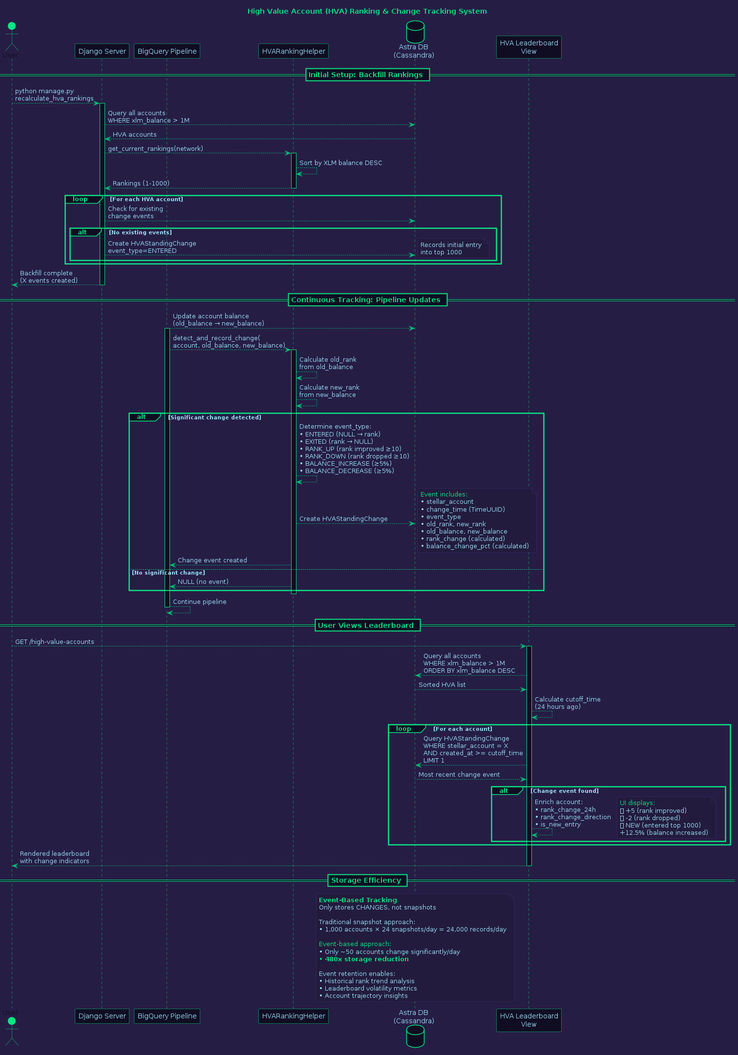
Above: diagrams/07_hva_ranking_system.png in areveur51/StellarMapWeb (PlantUML), before the change.
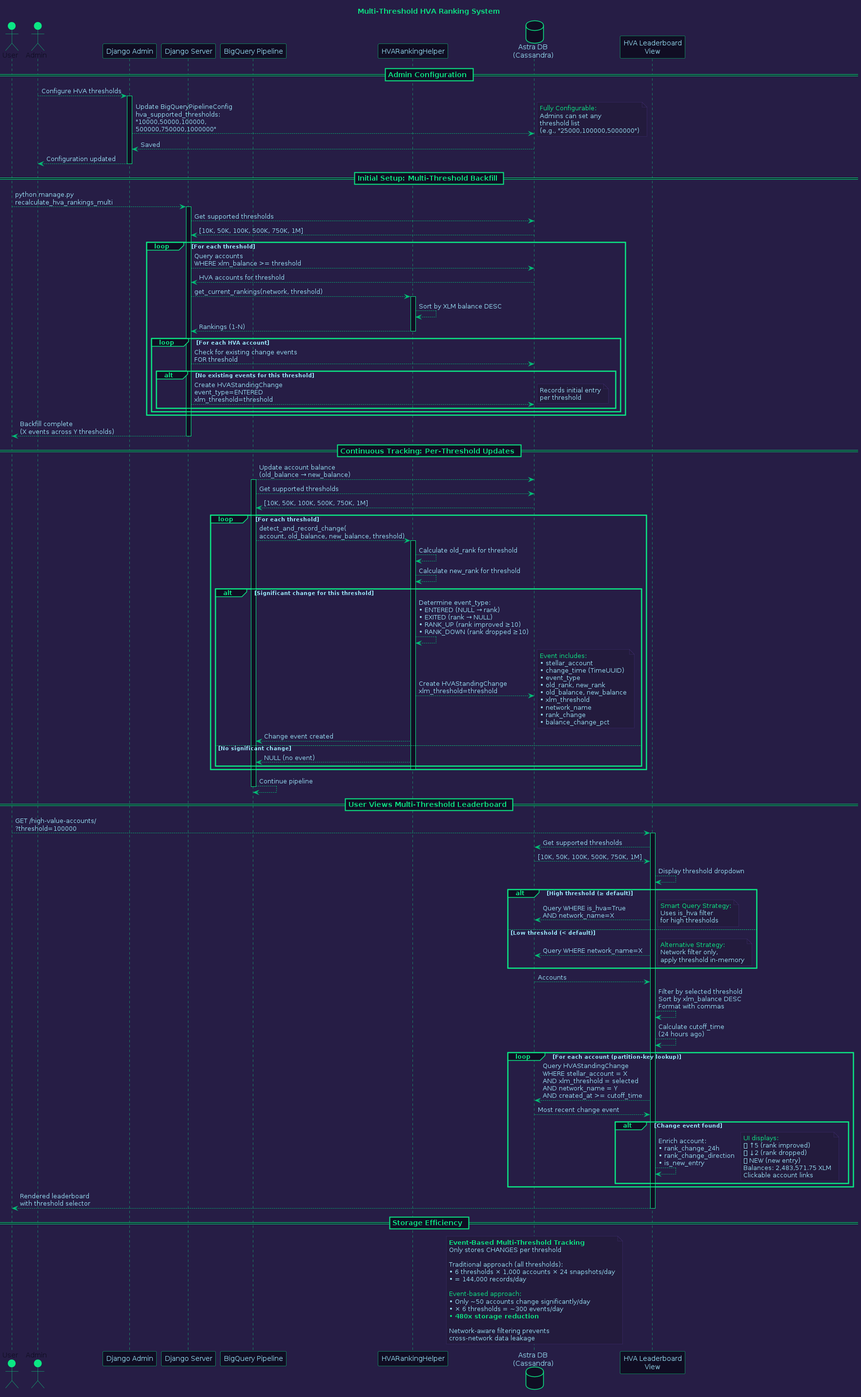
Above is the later version.

Diff of the diagram source:
```diff
@@ -1,4 +1,4 @@
-@startuml HVA Ranking System
+@startuml 07_hva_ranking_system
 
 skinparam backgroundColor #261D45
 skinparam defaultFontColor #96DDF2
@@ -44,122 +44,175 @@
   GroupHeaderFontStyle bold
 }
 
-title <color:#0BE784>High Value Account (HVA) Ranking & Change Tracking System
+title <color:#0BE784>Multi-Threshold HVA Ranking System
 
 actor User as user #0BE784
+actor Admin as admin #0BE784
+participant "Django Admin" as adminportal
 participant "Django Server" as django
 participant "BigQuery Pipeline" as pipeline
 participant "HVARankingHelper" as helper
 database "Astra DB\n(Cassandra)" as cassandra
 participant "HVA Leaderboard\nView" as view
 
-== <color:#0BE784>Initial Setup: Backfill Rankings ==
+== <color:#0BE784>Admin Configuration ==
 
-user -[#01C176]-> django: python manage.py\nrecalculate_hva_rankings
+admin -[#01C176]-> adminportal: Configure HVA thresholds
+activate adminportal
+adminportal -[#01C176]-> cassandra: Update BigQueryPipelineConfig\nhva_supported_thresholds:\n"10000,50000,100000,\n500000,750000,1000000"
+note right #231B3D
+    <color:#0BE784>Fully Configurable:
+    <color:#96DDF2>Admins can set any
+    <color:#96DDF2>threshold list
+    <color:#96DDF2>(e.g., "25000,100000,5000000")
+end note
+cassandra -[#01C176]-> adminportal: Saved
+adminportal -[#01C176]-> admin: Configuration updated
+deactivate adminportal
+
+== <color:#0BE784>Initial Setup: Multi-Threshold Backfill ==
+
+user -[#01C176]-> django: python manage.py\nrecalculate_hva_rankings_multi
 activate django
-django -[#01C176]-> cassandra: Query all accounts\nWHERE xlm_balance > 1M
-cassandra -[#01C176]-> django: HVA accounts
-django -[#01C176]-> helper: get_current_rankings(network)
-activate helper
-helper -[#01C176]-> helper: Sort by XLM balance DESC
-helper -[#01C176]-> django: Rankings (1-1000)
-deactivate helper
+django -[#01C176]-> cassandra: Get supported thresholds
+cassandra -[#01C176]-> django: [10K, 50K, 100K, 500K, 750K, 1M]
 
-loop For each HVA account
-    django -[#01C176]-> cassandra: Check for existing\nchange events
-    alt No existing events
-        django -[#01C176]-> cassandra: Create HVAStandingChange\nevent_type=ENTERED
-        note right #231B3D
-            <color:#96DDF2>Records initial entry
-            <color:#96DDF2>into top 1000
-        end note
+loop For each threshold
+    django -[#01C176]-> cassandra: Query accounts\nWHERE xlm_balance >= threshold
+    cassandra -[#01C176]-> django: HVA accounts for threshold
+    django -[#01C176]-> helper: get_current_rankings(network, threshold)
+    activate helper
+    helper -[#01C176]-> helper: Sort by XLM balance DESC
+    helper -[#01C176]-> django: Rankings (1-N)
+    deactivate helper
+
+    loop For each HVA account
+        django -[#01C176]-> cassandra: Check for existing change events\nFOR threshold
+        alt No existing events for this threshold
+            django -[#01C176]-> cassandra: Create HVAStandingChange\nevent_type=ENTERED\nxlm_threshold=threshold
+            note right #231B3D
+                <color:#96DDF2>Records initial entry
+                <color:#96DDF2>per threshold
+            end note
+        end
     end
 end
 
-django -[#01C176]-> user: Backfill complete\n(X events created)
+django -[#01C176]-> user: Backfill complete\n(X events across Y thresholds)
 deactivate django
 
-== <color:#0BE784>Continuous Tracking: Pipeline Updates ==
+== <color:#0BE784>Continuous Tracking: Per-Threshold Updates ==
 
 pipeline -[#01C176]-> cassandra: Update account balance\n(old_balance → new_balance)
 activate pipeline
 
-pipeline -[#01C176]-> helper: detect_and_record_change(\naccount, old_balance, new_balance)
-activate helper
+pipeline -[#01C176]-> cassandra: Get supported thresholds
+cassandra -[#01C176]-> pipeline: [10K, 50K, 100K, 500K, 750K, 1M]
 
-helper -[#01C176]-> helper: Calculate old_rank\nfrom old_balance
-helper -[#01C176]-> helper: Calculate new_rank\nfrom new_balance
+loop For each threshold
+    pipeline -[#01C176]-> helper: detect_and_record_change(\naccount, old_balance, new_balance, threshold)
+    activate helper
 
-alt Significant change detected
-    helper -[#01C176]-> helper: Determine event_type:\n<color:#96DDF2>• ENTERED (NULL → rank)\n<color:#96DDF2>• EXITED (rank → NULL)\n<color:#96DDF2>• RANK_UP (rank improved ≥10)\n<color:#96DDF2>• RANK_DOWN (rank dropped ≥10)\n<color:#96DDF2>• BALANCE_INCREASE (≥5%)\n<color:#96DDF2>• BALANCE_DECREASE (≥5%)
+    helper -[#01C176]-> helper: Calculate old_rank for threshold
+    helper -[#01C176]-> helper: Calculate new_rank for threshold
 
-    helper -[#01C176]-> cassandra: Create HVAStandingChange
-    note right #231B3D
-        <color:#0BE784>Event includes:
-        <color:#96DDF2>• stellar_account
-        <color:#96DDF2>• change_time (TimeUUID)
-        <color:#96DDF2>• event_type
-        <color:#96DDF2>• old_rank, new_rank
-        <color:#96DDF2>• old_balance, new_balance
-        <color:#96DDF2>• rank_change (calculated)
-        <color:#96DDF2>• balance_change_pct (calculated)
-    end note
+    alt Significant change for this threshold
+        helper -[#01C176]-> helper: Determine event_type:\n<color:#96DDF2>• ENTERED (NULL → rank)\n<color:#96DDF2>• EXITED (rank → NULL)\n<color:#96DDF2>• RANK_UP (rank improved ≥10)\n<color:#96DDF2>• RANK_DOWN (rank dropped ≥10)
 
-    helper -[#01C176]-> pipeline: Change event created
-else No significant change
-    helper -[#01C176]-> pipeline: NULL (no event)
+        helper -[#01C176]-> cassandra: Create HVAStandingChange\nxlm_threshold=threshold
+        note right #231B3D
+            <color:#0BE784>Event includes:
+            <color:#96DDF2>• stellar_account
+            <color:#96DDF2>• change_time (TimeUUID)
+            <color:#96DDF2>• event_type
+            <color:#96DDF2>• old_rank, new_rank
+            <color:#96DDF2>• old_balance, new_balance
+            <color:#96DDF2>• xlm_threshold
+            <color:#96DDF2>• network_name
+            <color:#96DDF2>• rank_change
+            <color:#96DDF2>• balance_change_pct
+        end note
+
+        helper -[#01C176]-> pipeline: Change event created
+    else No significant change
+        helper -[#01C176]-> pipeline: NULL (no event)
+    end
+
+    deactivate helper
 end
 
-deactivate helper
 pipeline -[#01C176]-> pipeline: Continue pipeline
 deactivate pipeline
 
-== <color:#0BE784>User Views Leaderboard ==
+== <color:#0BE784>User Views Multi-Threshold Leaderboard ==
 
-user -[#01C176]-> view: GET /high-value-accounts
+user -[#01C176]-> view: GET /high-value-accounts/\n?threshold=100000
 activate view
 
-view -[#01C176]-> cassandra: Query all accounts\nWHERE xlm_balance > 1M\nORDER BY xlm_balance DESC
-cassandra -[#01C176]-> view: Sorted HVA list
+view -[#01C176]-> cassandra: Get supported thresholds
+cassandra -[#01C176]-> view: [10K, 50K, 100K, 500K, 750K, 1M]
+
+view -[#01C176]-> view: Display threshold dropdown
+
+alt High threshold (≥ default)
+    view -[#01C176]-> cassandra: Query WHERE is_hva=True\nAND network_name=X
+    note right #231B3D
+        <color:#0BE784>Smart Query Strategy:
+        <color:#96DDF2>Uses is_hva filter
+        <color:#96DDF2>for high thresholds
+    end note
+else Low threshold (< default)
+    view -[#01C176]-> cassandra: Query WHERE network_name=X
+    note right #231B3D
+        <color:#0BE784>Alternative Strategy:
+        <color:#96DDF2>Network filter only,
+        <color:#96DDF2>apply threshold in-memory
+    end note
+end
+
+cassandra -[#01C176]-> view: Accounts
+
+view -[#01C176]-> view: Filter by selected threshold\nSort by xlm_balance DESC\nFormat with commas
 
 view -[#01C176]-> view: Calculate cutoff_time\n(24 hours ago)
 
-loop For each account
-    view -[#01C176]-> cassandra: Query HVAStandingChange\nWHERE stellar_account = X\nAND created_at >= cutoff_time\nLIMIT 1
+loop For each account (partition-key lookup)
+    view -[#01C176]-> cassandra: Query HVAStandingChange\nWHERE stellar_account = X\nAND xlm_threshold = selected\nAND network_name = Y\nAND created_at >= cutoff_time
     cassandra -[#01C176]-> view: Most recent change event
 
     alt Change event found
         view -[#01C176]-> view: Enrich account:\n<color:#96DDF2>• rank_change_24h\n<color:#96DDF2>• rank_change_direction\n<color:#96DDF2>• is_new_entry
         note right #231B3D
             <color:#0BE784>UI displays:
-            <color:#96DDF2>🔼 +5 (rank improved)
-            <color:#96DDF2>🔽 -2 (rank dropped)
-            <color:#96DDF2>⭐ NEW (entered top 1000)
-            <color:#96DDF2>+12.5% (balance increased)
+            <color:#96DDF2>🔼 ↑5 (rank improved)
+            <color:#96DDF2>🔽 ↓2 (rank dropped)
+            <color:#96DDF2>⭐ NEW (new entry)
+            <color:#96DDF2>Balances: 2,483,571.75 XLM
+            <color:#96DDF2>Clickable account links
         end note
     end
 end
 
-view -[#01C176]-> user: Rendered leaderboard\nwith change indicators
+view -[#01C176]-> user: Rendered leaderboard\nwith threshold selector
 deactivate view
 
 == <color:#0BE784>Storage Efficiency ==
 
 note over cassandra #231B3D
-    <color:#0BE784>**Event-Based Tracking**
-    <color:#96DDF2>Only stores CHANGES, not snapshots
+    <color:#0BE784>**Event-Based Multi-Threshold Tracking**
+    <color:#96DDF2>Only stores CHANGES per threshold
 
-    <color:#96DDF2>Traditional snapshot approach:
-    <color:#96DDF2>• 1,000 accounts × 24 snapshots/day = 24,000 records/day
+    <color:#96DDF2>Traditional approach (all thresholds):
+    <color:#96DDF2>• 6 thresholds × 1,000 accounts × 24 snapshots/day
+    <color:#96DDF2>• = 144,000 records/day
 
     <color:#0BE784>Event-based approach:
     <color:#96DDF2>• Only ~50 accounts change significantly/day
+    <color:#96DDF2>• × 6 thresholds = ~300 events/day
     <color:#0BE784>• **480x storage reduction**
 
-    <color:#96DDF2>Event retention enables:
-    <color:#96DDF2>• Historical rank trend analysis
-    <color:#96DDF2>• Leaderboard volatility metrics
-    <color:#96DDF2>• Account trajectory insights
+    <color:#96DDF2>Network-aware filtering prevents
+    <color:#96DDF2>cross-network data leakage
 end note
 
 @enduml
```
